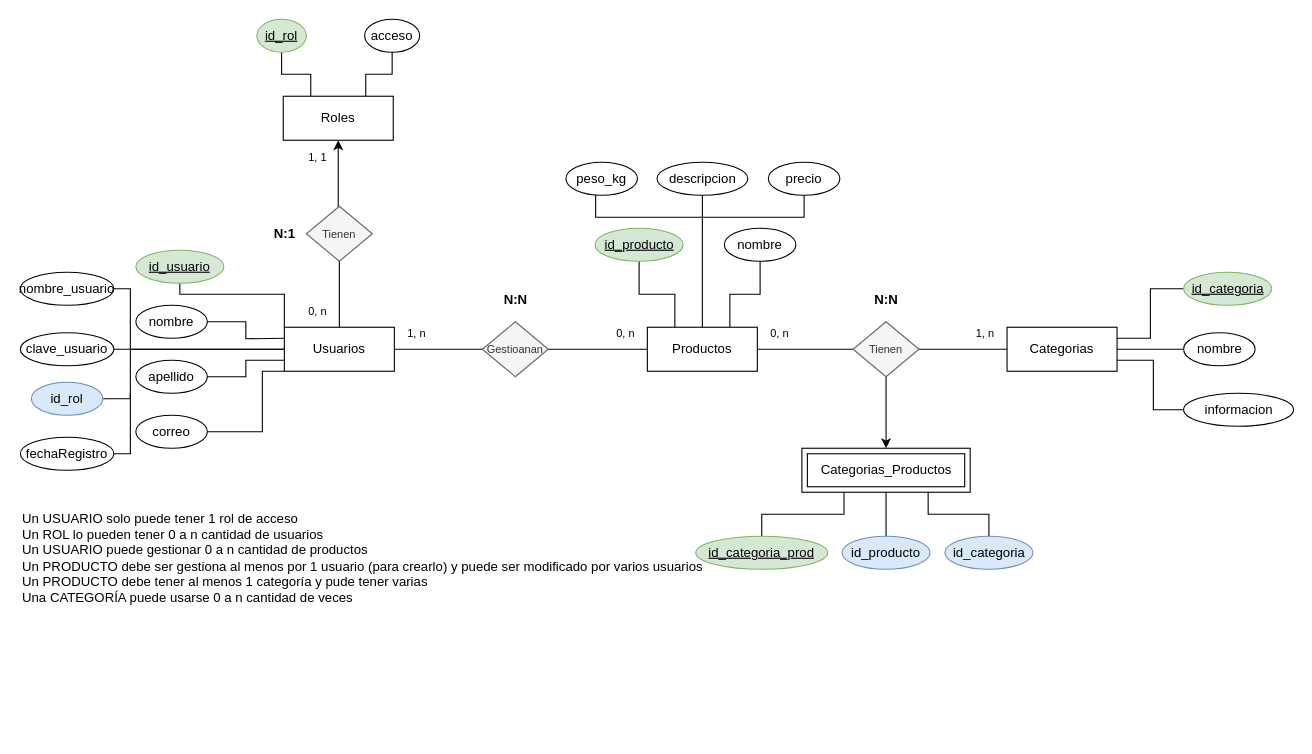
This is page "Modelo Entidad Relacion" (3 of 5) of TEG.drawio from AlbanyNVRodriguez/draw---diagrams, a draw.io file, before an edit. Source tidied: cells renumbered, new cells numbered last; positions are measured from the earlier drawing's top-left corner, leaving out a move shared by most shapes. Both pictures are drawn from the tidied source at 110%, with x=0, y=0 at pixel (20, 19).
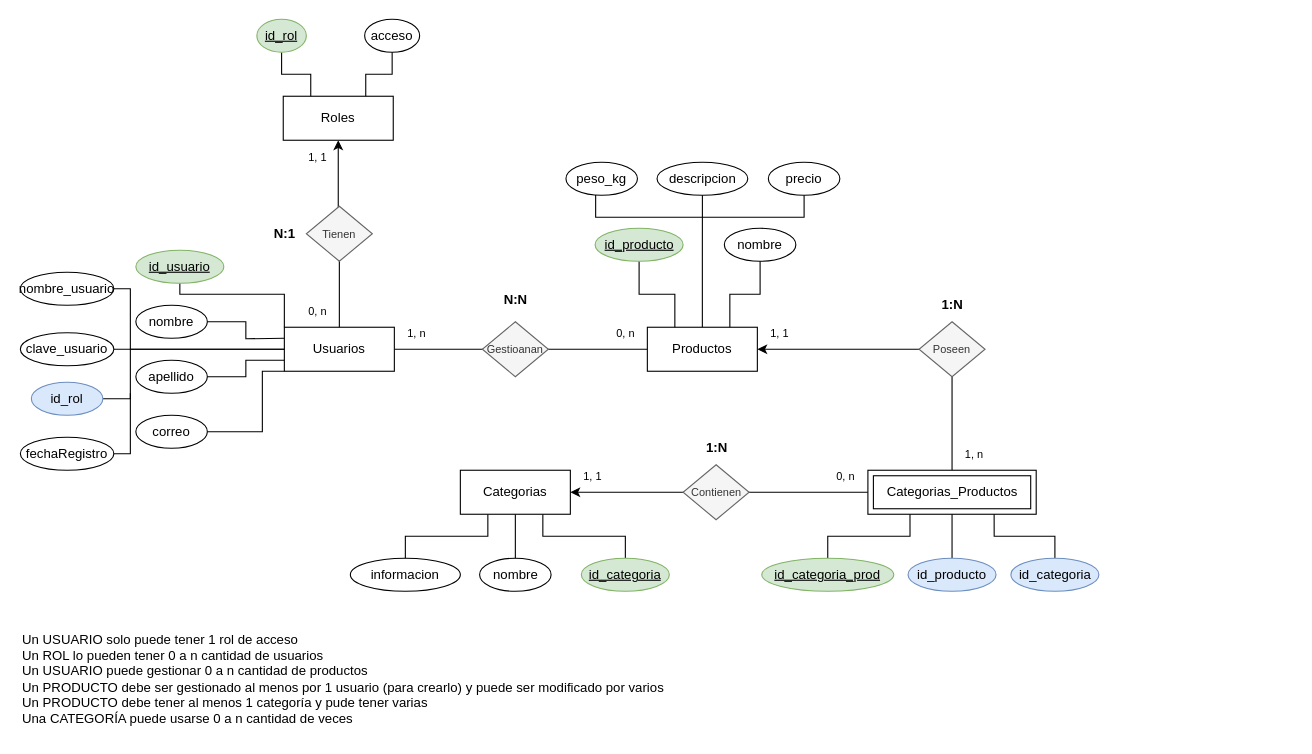
The same diagram, later.

Unchanged cells that the change refers to:
```xml
<mxCell id="10" value="Productos" style="whiteSpace=wrap;html=1;align=center;" parent="1" vertex="1">
  <mxGeometry x="570" y="280" width="100" height="40" as="geometry" />
</mxCell>
```

What changed in the source:
```diff
@@
-    <mxCell id="8" style="edgeStyle=orthogonalEdgeStyle;rounded=0;jettySize=auto;html=1;entryX=0;entryY=0.5;entryDx=0;entryDy=0;endArrow=none;endFill=0;" parent="1" edge="1" source="10">
-      <mxGeometry relative="1" as="geometry">
-        <mxPoint x="897" y="300" as="targetPoint" />
-      </mxGeometry>
+    <mxCell id="8" style="edgeStyle=orthogonalEdgeStyle;rounded=0;jettySize=auto;html=1;endArrow=none;endFill=0;startArrow=classic;startFill=1;" parent="1" edge="1" source="10" target="55">
+      <mxGeometry relative="1" as="geometry" />
     </mxCell>
@@
-    <mxCell id="11" style="edgeStyle=orthogonalEdgeStyle;rounded=0;jettySize=auto;html=1;entryX=0.5;entryY=0;entryDx=0;entryDy=0;" parent="1" edge="1" source="12" target="55">
-      <mxGeometry relative="1" as="geometry" />
-    </mxCell>
-    <mxCell id="12" value="Tienen" style="shape=rhombus;html=1;dashed=0;whiteSpace=wrap;perimeter=rhombusPerimeter;fontSize=10;fillColor=#f5f5f5;fontColor=#333333;strokeColor=#666666;" parent="1" vertex="1">
-      <mxGeometry x="757" y="275" width="60" height="50" as="geometry" />
+    <mxCell id="12" value="Poseen" style="shape=rhombus;html=1;dashed=0;whiteSpace=wrap;perimeter=rhombusPerimeter;fontSize=10;fillColor=#f5f5f5;fontColor=#333333;strokeColor=#666666;" parent="1" vertex="1">
+      <mxGeometry x="817" y="275" width="60" height="50" as="geometry" />
     </mxCell>
@@
     <mxCell id="16" value="1, n" style="text;html=1;align=center;verticalAlign=middle;strokeColor=none;fillColor=none;fontSize=10;" parent="1" vertex="1">
-      <mxGeometry x="857" y="270" width="40" height="30" as="geometry" />
+      <mxGeometry x="847" y="380" width="40" height="30" as="geometry" />
     </mxCell>
-    <mxCell id="17" value="0, n" style="text;html=1;align=center;verticalAlign=middle;strokeColor=none;fillColor=none;fontSize=10;" parent="1" vertex="1">
+    <mxCell id="17" value="1, 1" style="text;html=1;align=center;verticalAlign=middle;strokeColor=none;fillColor=none;fontSize=10;" parent="1" vertex="1">
       <mxGeometry x="670" y="270" width="40" height="30" as="geometry" />
     </mxCell>
-    <mxCell id="18" value="N:N" style="text;html=1;align=center;verticalAlign=middle;strokeColor=none;fillColor=none;fontStyle=1;" parent="1" vertex="1">
-      <mxGeometry x="767" y="240" width="40" height="30" as="geometry" />
+    <mxCell id="18" value="1:N" style="text;html=1;align=center;verticalAlign=middle;strokeColor=none;fillColor=none;fontStyle=1;" parent="1" vertex="1">
+      <mxGeometry x="827" y="245" width="40" height="30" as="geometry" />
     </mxCell>
-    <mxCell id="19" value="Categorias" style="whiteSpace=wrap;html=1;align=center;" parent="1" vertex="1">
-      <mxGeometry x="897" y="280" width="100" height="40" as="geometry" />
-    </mxCell>
-    <mxCell id="20" value="Un USUARIO solo puede tener 1 rol de acceso&lt;div&gt;Un ROL lo pueden tener 0 a n cantidad de usuarios&lt;br&gt;Un USUARIO puede gestionar 0 a n cantidad de productos&lt;div&gt;Un PRODUCTO debe ser gestiona al menos por 1 usuario (para crearlo) y puede ser modificado por varios usuarios&lt;/div&gt;&lt;div&gt;Un PRODUCTO debe tener al menos 1 categoría y pude tener varias&lt;/div&gt;&lt;div&gt;Una CATEGORÍA puede usarse 0 a n cantidad de veces&amp;nbsp;&lt;/div&gt;&lt;/div&gt;" style="text;html=1;align=left;verticalAlign=middle;strokeColor=none;fillColor=none;" parent="1" vertex="1">
-      <mxGeometry y="440" width="640" height="100" as="geometry" />
+    <mxCell id="20" value="Un USUARIO solo puede tener 1 rol de acceso&lt;div&gt;Un ROL lo pueden tener 0 a n cantidad de usuarios&lt;br&gt;Un USUARIO puede gestionar 0 a n cantidad de productos&lt;div&gt;Un PRODUCTO debe ser gestionado al menos por 1 usuario (para crearlo) y puede ser modificado por varios&amp;nbsp;&lt;/div&gt;&lt;div&gt;Un PRODUCTO debe tener al menos 1 categoría y pude tener varias&lt;/div&gt;&lt;div&gt;Una CATEGORÍA puede usarse 0 a n cantidad de veces&amp;nbsp;&lt;/div&gt;&lt;/div&gt;" style="text;html=1;align=left;verticalAlign=middle;strokeColor=none;fillColor=none;" parent="1" vertex="1">
+      <mxGeometry y="550" width="610" height="100" as="geometry" />
     </mxCell>
@@
-    <mxCell id="53" style="edgeStyle=orthogonalEdgeStyle;rounded=0;jettySize=auto;html=1;entryX=1;entryY=0.25;entryDx=0;entryDy=0;endArrow=none;endFill=0;" parent="1" edge="1" source="54" target="19">
-      <mxGeometry relative="1" as="geometry" />
-    </mxCell>
-    <mxCell id="54" value="id_categoria" style="ellipse;whiteSpace=wrap;html=1;fillColor=#d5e8d4;strokeColor=#82b366;fontStyle=4;" parent="1" vertex="1">
-      <mxGeometry x="1057.5" y="230" width="80" height="30" as="geometry" />
-    </mxCell>
+    <mxCell id="66" style="edgeStyle=orthogonalEdgeStyle;rounded=0;jettySize=auto;html=1;" parent="1" edge="1" source="55" target="19">
+      <mxGeometry relative="1" as="geometry" />
+    </mxCell>
     <mxCell id="55" value="Categorias_Productos" style="shape=ext;margin=3;double=1;whiteSpace=wrap;html=1;align=center;" parent="1" vertex="1">
-      <mxGeometry x="710.5" y="390" width="153" height="40" as="geometry" />
+      <mxGeometry x="770.5" y="410" width="153" height="40" as="geometry" />
     </mxCell>
-    <mxCell id="56" style="edgeStyle=orthogonalEdgeStyle;rounded=0;jettySize=auto;html=1;entryX=1;entryY=0.5;entryDx=0;entryDy=0;endArrow=none;endFill=0;" parent="1" edge="1" source="57" target="19">
-      <mxGeometry relative="1" as="geometry" />
-    </mxCell>
-    <mxCell id="57" value="nombre" style="ellipse;whiteSpace=wrap;html=1;fillColor=none;fontStyle=0;" parent="1" vertex="1">
-      <mxGeometry x="1057.5" y="285" width="65" height="30" as="geometry" />
-    </mxCell>
-    <mxCell id="58" style="edgeStyle=orthogonalEdgeStyle;rounded=0;jettySize=auto;html=1;entryX=1;entryY=0.75;entryDx=0;entryDy=0;endArrow=none;endFill=0;" parent="1" edge="1" source="59" target="19">
-      <mxGeometry relative="1" as="geometry">
-        <Array as="points">
-          <mxPoint x="1030" y="355" />
-          <mxPoint x="1030" y="310" />
-        </Array>
-      </mxGeometry>
-    </mxCell>
-    <mxCell id="59" value="informacion" style="ellipse;whiteSpace=wrap;html=1;fillColor=none;fontStyle=0;" parent="1" vertex="1">
-      <mxGeometry x="1057.5" y="340" width="100" height="30" as="geometry" />
-    </mxCell>
@@
     <mxCell id="61" value="id_categoria_prod" style="ellipse;whiteSpace=wrap;html=1;fillColor=#d5e8d4;strokeColor=#82b366;fontStyle=4;" parent="1" vertex="1">
-      <mxGeometry x="614" y="470" width="120" height="30" as="geometry" />
+      <mxGeometry x="674" y="490" width="120" height="30" as="geometry" />
     </mxCell>
@@
     <mxCell id="63" value="id_categoria" style="ellipse;whiteSpace=wrap;html=1;fillColor=#dae8fc;strokeColor=#6c8ebf;fontStyle=0;" parent="1" vertex="1">
-      <mxGeometry x="840.5" y="470" width="80" height="30" as="geometry" />
+      <mxGeometry x="900.5" y="490" width="80" height="30" as="geometry" />
     </mxCell>
@@
     <mxCell id="65" value="id_producto" style="ellipse;whiteSpace=wrap;html=1;fillColor=#dae8fc;strokeColor=#6c8ebf;fontStyle=0;" parent="1" vertex="1">
-      <mxGeometry x="747" y="470" width="80" height="30" as="geometry" />
+      <mxGeometry x="807" y="490" width="80" height="30" as="geometry" />
     </mxCell>
+    <mxCell id="67" value="Contienen" style="shape=rhombus;html=1;dashed=0;whiteSpace=wrap;perimeter=rhombusPerimeter;fontSize=10;fillColor=#f5f5f5;fontColor=#333333;strokeColor=#666666;" parent="1" vertex="1">
+      <mxGeometry x="602.5" y="405" width="60" height="50" as="geometry" />
+    </mxCell>
+    <mxCell id="68" style="edgeStyle=orthogonalEdgeStyle;rounded=0;jettySize=auto;html=1;entryX=0.5;entryY=0;entryDx=0;entryDy=0;endArrow=none;endFill=0;" parent="1" edge="1" source="19" target="57">
+      <mxGeometry relative="1" as="geometry" />
+    </mxCell>
+    <mxCell id="69" style="edgeStyle=orthogonalEdgeStyle;rounded=0;jettySize=auto;html=1;exitX=0.25;exitY=1;exitDx=0;exitDy=0;entryX=0.5;entryY=0;entryDx=0;entryDy=0;endArrow=none;endFill=0;" parent="1" edge="1" source="19" target="59">
+      <mxGeometry relative="1" as="geometry" />
+    </mxCell>
+    <mxCell id="70" style="edgeStyle=orthogonalEdgeStyle;rounded=0;jettySize=auto;html=1;exitX=0.75;exitY=1;exitDx=0;exitDy=0;endArrow=none;endFill=0;" parent="1" edge="1" source="19" target="54">
+      <mxGeometry relative="1" as="geometry" />
+    </mxCell>
+    <mxCell id="19" value="Categorias" style="whiteSpace=wrap;html=1;align=center;" parent="1" vertex="1">
+      <mxGeometry x="400" y="410" width="100" height="40" as="geometry" />
+    </mxCell>
+    <mxCell id="54" value="id_categoria" style="ellipse;whiteSpace=wrap;html=1;fillColor=#d5e8d4;strokeColor=#82b366;fontStyle=4;" parent="1" vertex="1">
+      <mxGeometry x="510" y="490" width="80" height="30" as="geometry" />
+    </mxCell>
+    <mxCell id="57" value="nombre" style="ellipse;whiteSpace=wrap;html=1;fillColor=none;fontStyle=0;" parent="1" vertex="1">
+      <mxGeometry x="417.5" y="490" width="65" height="30" as="geometry" />
+    </mxCell>
+    <mxCell id="59" value="informacion" style="ellipse;whiteSpace=wrap;html=1;fillColor=none;fontStyle=0;" parent="1" vertex="1">
+      <mxGeometry x="300" y="490" width="100" height="30" as="geometry" />
+    </mxCell>
+    <mxCell id="71" value="0, n" style="text;html=1;align=center;verticalAlign=middle;strokeColor=none;fillColor=none;fontSize=10;" parent="1" vertex="1">
+      <mxGeometry x="730" y="400" width="40" height="30" as="geometry" />
+    </mxCell>
+    <mxCell id="72" value="1, 1" style="text;html=1;align=center;verticalAlign=middle;strokeColor=none;fillColor=none;fontSize=10;" parent="1" vertex="1">
+      <mxGeometry x="500" y="400" width="40" height="30" as="geometry" />
+    </mxCell>
+    <mxCell id="73" value="1:N" style="text;html=1;align=center;verticalAlign=middle;strokeColor=none;fillColor=none;fontStyle=1;" parent="1" vertex="1">
+      <mxGeometry x="612.5" y="375" width="40" height="30" as="geometry" />
+    </mxCell>
```
